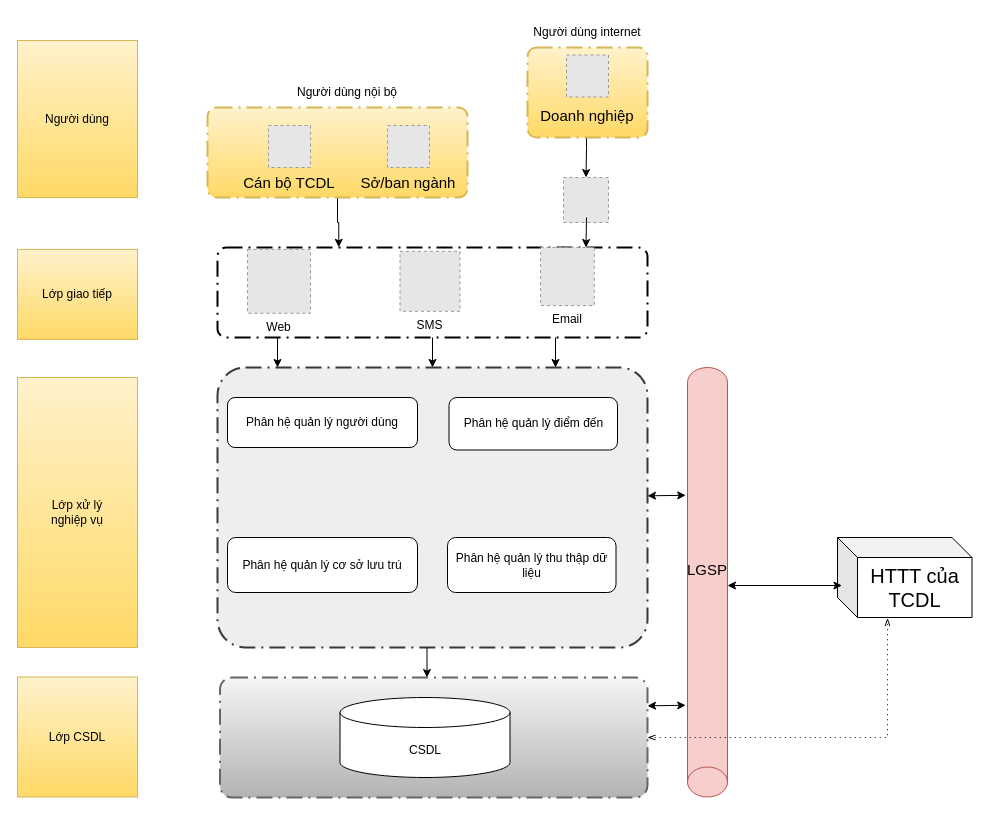
This is page "DU_LIEU_CHUYEN_NGANH" (3 of 5) of tcdl.drawio from letheanh12345/Draw-io, a draw.io file, before an edit. Source tidied: cells renumbered, new cells numbered last; positions are measured from the earlier drawing's top-left corner, leaving out a move shared by most shapes. Both pictures are drawn from the tidied source at 100%, with x=0, y=0 at pixel (17, 17). Pictures stored in the file or linked from it are replaced by grey dashed boxes.
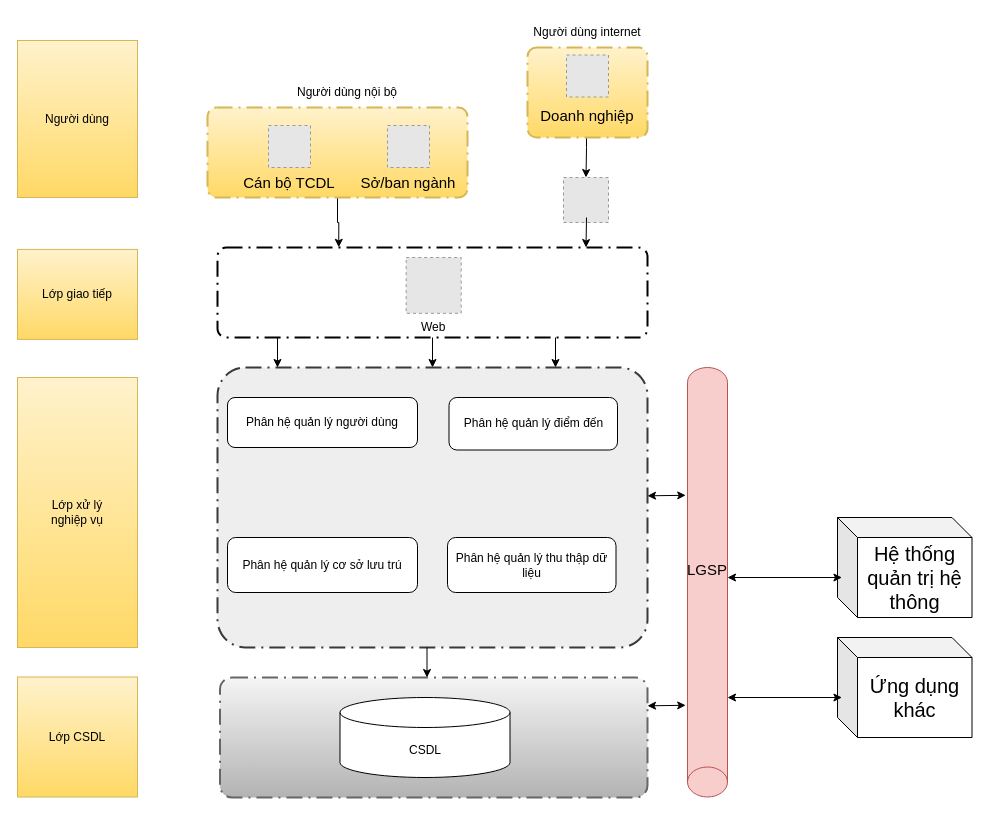
Above is the later version.

Unchanged cells that the change refers to:
```xml
<mxCell id="15" style="points=[[0.25,0,0],[0.5,0,0],[0.75,0,0],[1,0.25,0],[1,0.5,0],[1,0.75,0],[0.75,1,0],[0.5,1,0],[0.25,1,0],[0,0.75,0],[0,0.5,0],[0,0.25,0]];rounded=1;arcSize=10;dashed=1;strokeColor=#666666;fillColor=#f5f5f5;gradientColor=#b3b3b3;dashPattern=8 3 1 3;strokeWidth=2;fontStyle=1;fontSize=20;" parent="1" vertex="1">
  <mxGeometry x="202.5" y="660" width="427.5" height="120" as="geometry" />
</mxCell>
```

The edit, as a diff of the source:
```diff
@@
     <mxCell id="4" value="Web" style="fillColor=#E6E6E6;strokeColor=#999999;dashed=1;verticalLabelPosition=bottom;labelBackgroundColor=default;verticalAlign=top;" parent="1" vertex="1">
-      <mxGeometry x="230" y="231.9" width="63" height="63.9" as="geometry" />
+      <mxGeometry x="388.7" y="240" width="55" height="55.8" as="geometry" />
     </mxCell>
-    <mxCell id="5" value="SMS" style="fillColor=#E6E6E6;strokeColor=#999999;dashed=1;verticalLabelPosition=bottom;labelBackgroundColor=default;verticalAlign=top;" parent="1" vertex="1">
-      <mxGeometry x="382.5" y="233.8" width="60" height="60" as="geometry" />
-    </mxCell>
-    <mxCell id="6" value="Email" style="fillColor=#E6E6E6;strokeColor=#999999;dashed=1;verticalLabelPosition=bottom;labelBackgroundColor=default;verticalAlign=top;" parent="1" vertex="1">
-      <mxGeometry x="523.1" y="230" width="53.7" height="58.1" as="geometry" />
-    </mxCell>
@@
-    <mxCell id="28" value="HTTT của TCDL" style="shape=cube;whiteSpace=wrap;html=1;boundedLbl=1;backgroundOutline=1;darkOpacity=0.05;darkOpacity2=0.1;fontSize=20;" parent="1" vertex="1">
-      <mxGeometry x="820" y="520" width="134.5" height="80" as="geometry" />
+    <mxCell id="28" value="Hệ thống quản trị hệ thông" style="shape=cube;whiteSpace=wrap;html=1;boundedLbl=1;backgroundOutline=1;darkOpacity=0.05;darkOpacity2=0.1;fontSize=20;" parent="1" vertex="1">
+      <mxGeometry x="820" y="500" width="134.5" height="100" as="geometry" />
     </mxCell>
     <mxCell id="29" style="endArrow=classic;startArrow=classic;html=1;rounded=0;fontSize=20;entryX=0.033;entryY=0.6;entryDx=0;entryDy=0;entryPerimeter=0;" parent="1" edge="1" target="28">
       <mxGeometry relative="1" as="geometry">
-        <mxPoint x="710" y="568" as="sourcePoint" />
+        <mxPoint x="710" y="560" as="sourcePoint" />
       </mxGeometry>
     </mxCell>
-    <mxCell id="30" style="edgeStyle=elbowEdgeStyle;fontSize=12;html=1;endFill=0;startFill=0;endSize=6;startSize=6;dashed=1;dashPattern=1 4;endArrow=openThin;startArrow=openThin;rounded=0;exitX=1;exitY=0.5;exitDx=0;exitDy=0;exitPerimeter=0;entryX=0.372;entryY=1.006;entryDx=0;entryDy=0;entryPerimeter=0;" parent="1" edge="1" source="15" target="28">
-      <mxGeometry relative="1" as="geometry">
-        <Array as="points">
-          <mxPoint x="870" y="760" />
-          <mxPoint x="870" y="720" />
-          <mxPoint x="875" y="650" />
-          <mxPoint x="755" y="690" />
-          <mxPoint x="653" y="980" />
-        </Array>
-      </mxGeometry>
-    </mxCell>
@@
+    <mxCell id="41" value="Ứng dụng khác" style="shape=cube;whiteSpace=wrap;html=1;boundedLbl=1;backgroundOutline=1;darkOpacity=0.05;darkOpacity2=0.1;fontSize=20;" parent="1" vertex="1">
+      <mxGeometry x="820" y="620" width="134.5" height="100" as="geometry" />
+    </mxCell>
+    <mxCell id="42" style="endArrow=classic;startArrow=classic;html=1;rounded=0;fontSize=20;entryX=0.033;entryY=0.6;entryDx=0;entryDy=0;entryPerimeter=0;" parent="1" edge="1" target="41">
+      <mxGeometry relative="1" as="geometry">
+        <mxPoint x="710" y="680" as="sourcePoint" />
+      </mxGeometry>
+    </mxCell>
```
